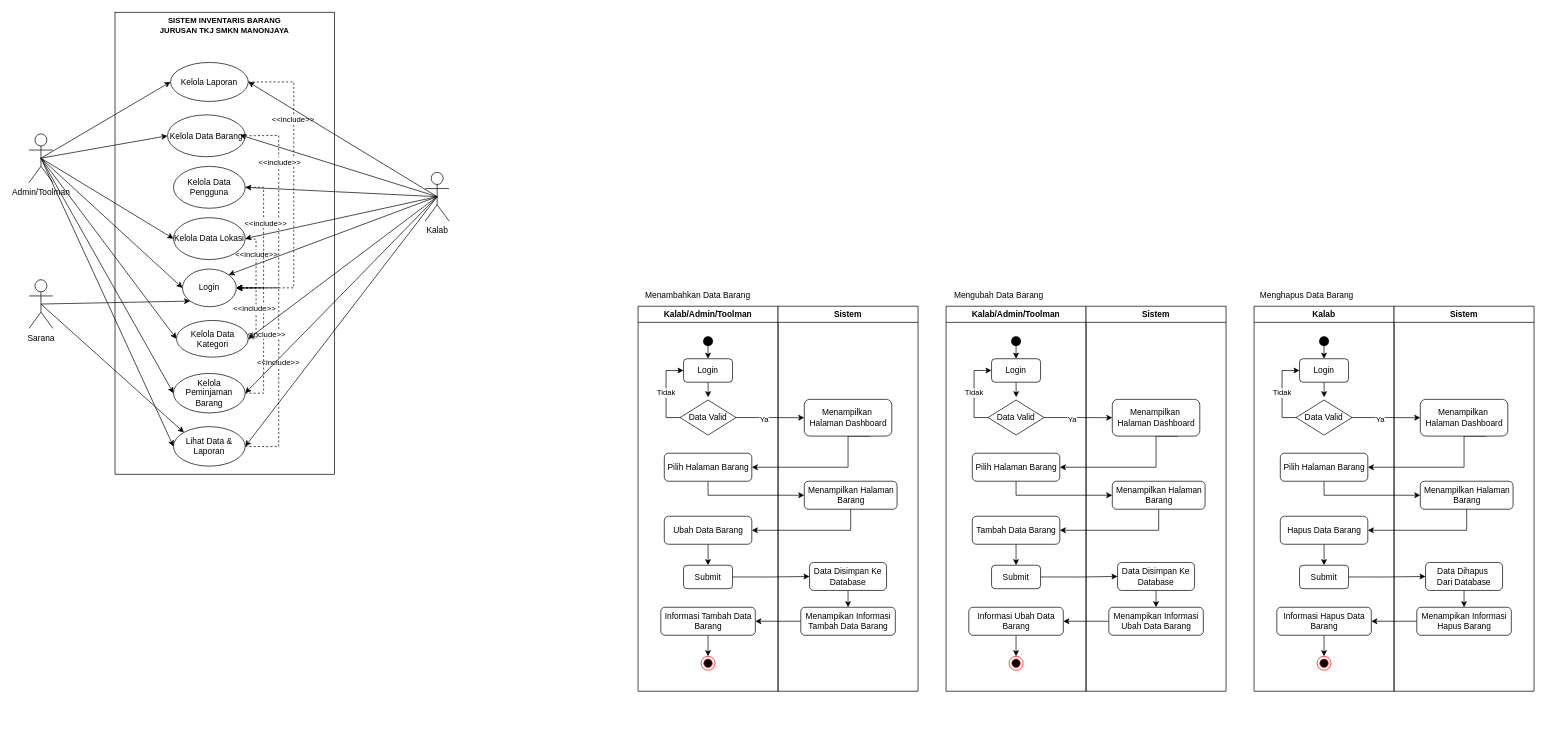
Earlier version of the draw.io diagram Untitled Diagram.drawio (taufikchy/KP). Source tidied: cells renumbered, new cells numbered last; positions are measured from the earlier drawing's top-left corner, leaving out a move shared by most shapes. Both pictures are drawn from the tidied source at 70%, with x=0, y=0 at pixel (29, 12).
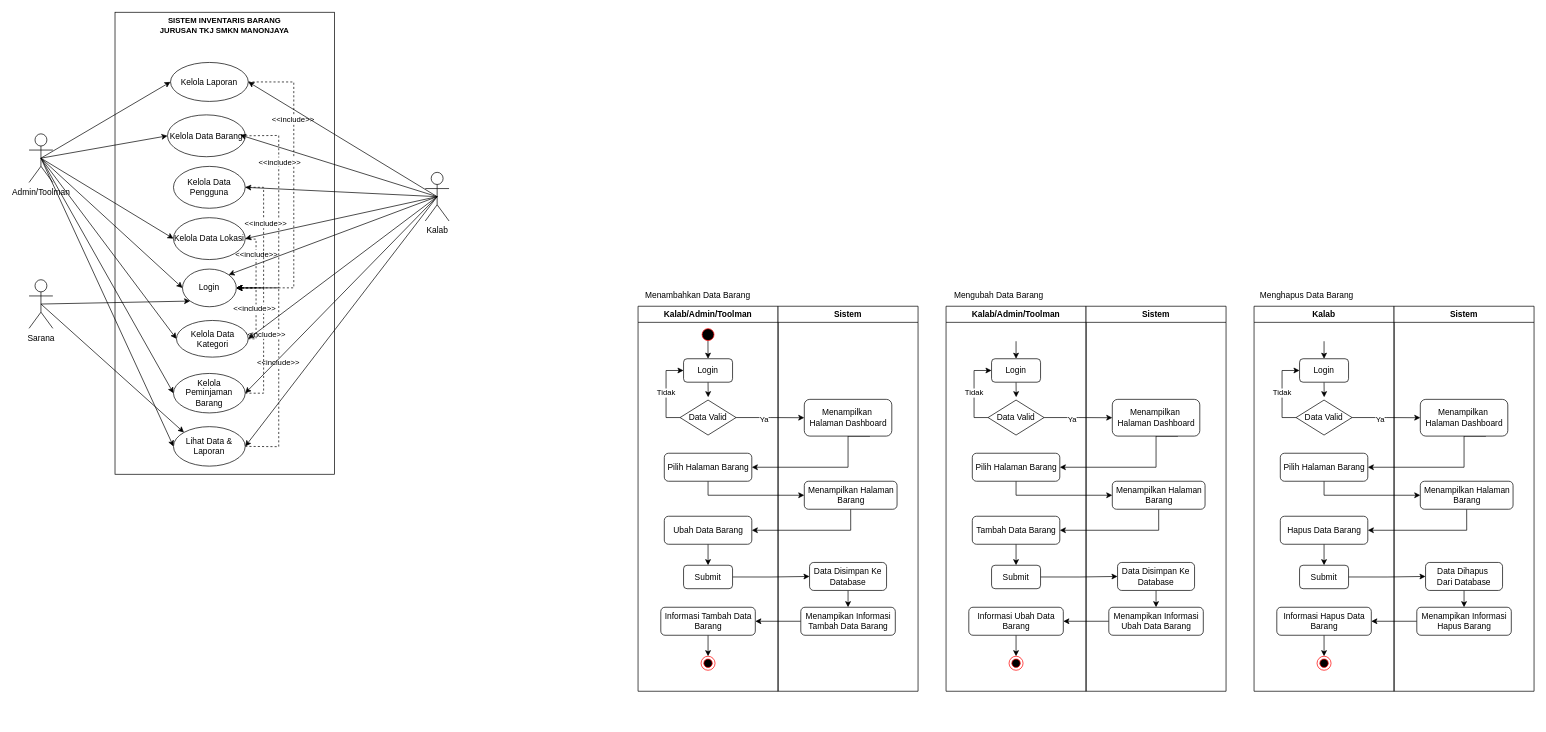
The same diagram, later.

Unchanged cells that the change refers to:
```xml
<mxCell id="49" style="group;" parent="48" vertex="1">
  <mxGeometry width="400" height="550" as="geometry" />
</mxCell>
<mxCell id="50" value="Kalab/Admin/Toolman" style="swimlane;whiteSpace=wrap;html=1;startSize=23;" parent="49" vertex="1">
  <mxGeometry width="200" height="550" as="geometry" />
</mxCell>
<mxCell id="61" value="&lt;font face=&quot;Helvetica&quot;&gt;Login&lt;/font&gt;" style="rounded=1;whiteSpace=wrap;html=1;fillStyle=auto;fontFamily=Helvetica;" parent="49" vertex="1">
  <mxGeometry x="65" y="75" width="70" height="33.5" as="geometry" />
</mxCell>
<mxCell id="78" style="group;strokeWidth=3;" parent="1" vertex="1">
  <mxGeometry x="1310" y="420" width="400" height="550" as="geometry" />
</mxCell>
<mxCell id="91" value="&lt;font face=&quot;Helvetica&quot;&gt;Login&lt;/font&gt;" style="rounded=1;whiteSpace=wrap;html=1;fillStyle=auto;fontFamily=Helvetica;" parent="78" vertex="1">
  <mxGeometry x="65" y="75" width="70" height="33.5" as="geometry" />
</mxCell>
<mxCell id="110" style="group;" parent="109" vertex="1">
  <mxGeometry width="400" height="550" as="geometry" />
</mxCell>
<mxCell id="122" value="&lt;font face=&quot;Helvetica&quot;&gt;Login&lt;/font&gt;" style="rounded=1;whiteSpace=wrap;html=1;fillStyle=auto;fontFamily=Helvetica;" parent="110" vertex="1">
  <mxGeometry x="65" y="75" width="70" height="33.5" as="geometry" />
</mxCell>
```

The edit, as a diff of the source:
```diff
@@
+    <mxCell id="140" style="edgeStyle=orthogonalEdgeStyle;rounded=0;jettySize=auto;html=1;entryX=0.5;entryY=0;entryDx=0;entryDy=0;exitX=0.495;exitY=0.842;exitDx=0;exitDy=0;exitPerimeter=0;" parent="49" edge="1" source="141" target="61">
+      <mxGeometry relative="1" as="geometry" />
+    </mxCell>
@@
+    <mxCell id="141" style="ellipse;html=1;shape=startState;fillColor=#000000;strokeColor=#ff0000;" parent="50" vertex="1">
+      <mxGeometry x="87.5" y="28" width="25" height="25" as="geometry" />
+    </mxCell>
@@
-    <mxCell id="62" style="edgeStyle=orthogonalEdgeStyle;rounded=0;jettySize=auto;html=1;exitX=0.59;exitY=-0.066;exitDx=0;exitDy=0;entryX=0.5;entryY=0;entryDx=0;entryDy=0;exitPerimeter=0;" parent="49" edge="1" source="72" target="61">
-      <mxGeometry relative="1" as="geometry" />
-    </mxCell>
@@
-    <mxCell id="72" style="shape=waypoint;sketch=0;fillStyle=solid;size=6;points=[];fillColor=none;perimeter=centerPerimeter;snapToPoint=1;strokeWidth=5;" parent="49" vertex="1">
-      <mxGeometry x="90" y="40" width="20" height="20" as="geometry" />
-    </mxCell>
@@
-    <mxCell id="79" style="shape=waypoint;sketch=0;fillStyle=solid;size=6;points=[];fillColor=none;perimeter=centerPerimeter;snapToPoint=1;strokeWidth=5;" parent="78" vertex="1">
-      <mxGeometry x="90" y="40" width="20" height="20" as="geometry" />
-    </mxCell>
@@
-    <mxCell id="92" style="edgeStyle=orthogonalEdgeStyle;rounded=0;jettySize=auto;html=1;exitX=0.59;exitY=-0.066;exitDx=0;exitDy=0;entryX=0.5;entryY=0;entryDx=0;entryDy=0;exitPerimeter=0;" parent="78" edge="1" source="79" target="91">
-      <mxGeometry relative="1" as="geometry" />
+    <mxCell id="92" style="edgeStyle=orthogonalEdgeStyle;rounded=0;jettySize=auto;html=1;exitX=0.59;exitY=-0.066;exitDx=0;exitDy=0;entryX=0.5;entryY=0;entryDx=0;entryDy=0;exitPerimeter=0;" parent="78" edge="1" target="91">
+      <mxGeometry relative="1" as="geometry">
+        <mxPoint x="100" y="50" as="sourcePoint" />
+      </mxGeometry>
     </mxCell>
@@
-    <mxCell id="137" style="edgeStyle=orthogonalEdgeStyle;rounded=0;jettySize=auto;html=1;exitDx=0;exitDy=0;entryX=0.5;entryY=0;entryDx=0;entryDy=0;" parent="110" edge="1" source="138" target="122">
-      <mxGeometry relative="1" as="geometry" />
+    <mxCell id="137" style="edgeStyle=orthogonalEdgeStyle;rounded=0;jettySize=auto;html=1;exitDx=0;exitDy=0;entryX=0.5;entryY=0;entryDx=0;entryDy=0;" parent="110" edge="1" target="122">
+      <mxGeometry relative="1" as="geometry">
+        <mxPoint x="100" y="50" as="sourcePoint" />
+      </mxGeometry>
     </mxCell>
-    <mxCell id="138" style="shape=waypoint;sketch=0;fillStyle=solid;size=6;points=[];fillColor=none;perimeter=centerPerimeter;snapToPoint=1;strokeWidth=5;" parent="110" vertex="1">
-      <mxGeometry x="90" y="40" width="20" height="20" as="geometry" />
-    </mxCell>
```
